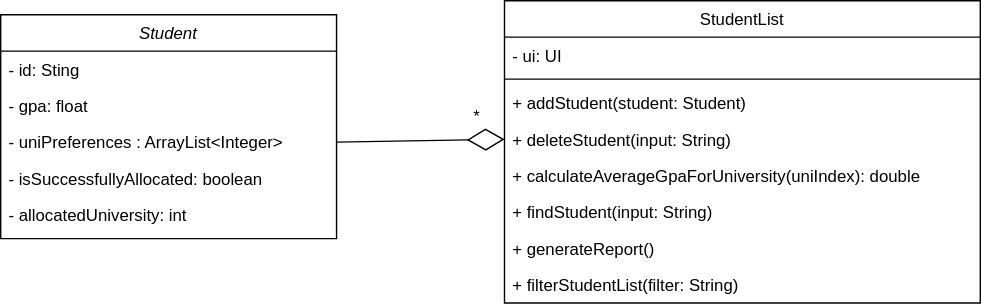
The draw.io diagram docs/UML_Diagrams/studentandstudentlist.drawio.svg in paulktham/tp, before a commit. Source tidied: cells renumbered, new cells last; positions are measured from the earlier drawing's top-left corner, leaving out a move shared by most shapes. Source of this version:
```xml
<mxGraphModel>
  <root>
    <mxCell id="0" />
    <mxCell id="1" parent="0" />
    <mxCell id="2" value="Student" style="swimlane;fontStyle=2;align=center;verticalAlign=top;horizontal=1;startSize=26;rounded=0;shadow=0;strokeWidth=1;" parent="1" vertex="1">
      <mxGeometry y="10" width="240" height="160" as="geometry" />
    </mxCell>
    <mxCell id="3" value="- id: Sting" style="text;align=left;verticalAlign=top;spacingLeft=4;spacingRight=4;overflow=hidden;" parent="2" vertex="1">
      <mxGeometry y="26" width="240" height="26" as="geometry" />
    </mxCell>
    <mxCell id="4" value="- gpa: float" style="text;align=left;verticalAlign=top;spacingLeft=4;spacingRight=4;overflow=hidden;rounded=0;shadow=0;html=0;" parent="2" vertex="1">
      <mxGeometry y="52" width="240" height="26" as="geometry" />
    </mxCell>
    <mxCell id="5" value="- uniPreferences : ArrayList&lt;Integer&gt;" style="text;align=left;verticalAlign=top;spacingLeft=4;spacingRight=4;overflow=hidden;points=[[0,0.5],[1,0.5]];portConstraint=eastwest;rounded=0;shadow=0;html=0;" parent="2" vertex="1">
      <mxGeometry y="78" width="240" height="26" as="geometry" />
    </mxCell>
    <mxCell id="6" value="- isSuccessfullyAllocated: boolean" style="text;align=left;verticalAlign=top;spacingLeft=4;spacingRight=4;overflow=hidden;rounded=0;shadow=0;html=0;" parent="2" vertex="1">
      <mxGeometry y="104" width="240" height="26" as="geometry" />
    </mxCell>
    <mxCell id="7" value="- allocatedUniversity: int" style="text;align=left;verticalAlign=top;spacingLeft=4;spacingRight=4;overflow=hidden;rounded=0;shadow=0;html=0;" parent="2" vertex="1">
      <mxGeometry y="130" width="240" height="26" as="geometry" />
    </mxCell>
    <mxCell id="8" value="StudentList" style="swimlane;fontStyle=0;align=center;verticalAlign=top;horizontal=1;startSize=26;rounded=0;shadow=0;strokeWidth=1;" parent="1" vertex="1">
      <mxGeometry x="360" width="340" height="216" as="geometry" />
    </mxCell>
    <mxCell id="9" value="- ui: UI" style="text;align=left;verticalAlign=top;spacingLeft=4;spacingRight=4;overflow=hidden;rounded=0;shadow=0;html=0;" parent="8" vertex="1">
      <mxGeometry y="26" width="340" height="26" as="geometry" />
    </mxCell>
    <mxCell id="10" style="line;html=1;strokeWidth=1;align=left;verticalAlign=middle;spacingTop=-1;spacingLeft=3;spacingRight=3;labelPosition=right;" parent="8" vertex="1">
      <mxGeometry y="52" width="340" height="8" as="geometry" />
    </mxCell>
    <mxCell id="11" value="+ addStudent(student: Student)" style="text;align=left;verticalAlign=top;spacingLeft=4;spacingRight=4;overflow=hidden;" parent="8" vertex="1">
      <mxGeometry y="60" width="340" height="26" as="geometry" />
    </mxCell>
    <mxCell id="12" value="+ deleteStudent(input: String)" style="text;align=left;verticalAlign=top;spacingLeft=4;spacingRight=4;overflow=hidden;points=[[0,0.5],[1,0.5]];portConstraint=eastwest;" parent="8" vertex="1">
      <mxGeometry y="86" width="340" height="26" as="geometry" />
    </mxCell>
    <mxCell id="13" value="+ calculateAverageGpaForUniversity(uniIndex): double" style="text;align=left;verticalAlign=top;spacingLeft=4;spacingRight=4;overflow=hidden;" parent="8" vertex="1">
      <mxGeometry y="112" width="340" height="26" as="geometry" />
    </mxCell>
    <mxCell id="14" value="+ findStudent(input: String)" style="text;align=left;verticalAlign=top;spacingLeft=4;spacingRight=4;overflow=hidden;" parent="8" vertex="1">
      <mxGeometry y="138" width="340" height="26" as="geometry" />
    </mxCell>
    <mxCell id="15" value="+ generateReport()" style="text;align=left;verticalAlign=top;spacingLeft=4;spacingRight=4;overflow=hidden;" parent="8" vertex="1">
      <mxGeometry y="164" width="340" height="26" as="geometry" />
    </mxCell>
    <mxCell id="16" value="+ filterStudentList(filter: String)" style="text;align=left;verticalAlign=top;spacingLeft=4;spacingRight=4;overflow=hidden;" parent="8" vertex="1">
      <mxGeometry y="190" width="340" height="26" as="geometry" />
    </mxCell>
    <mxCell id="17" style="endArrow=diamondThin;endFill=0;endSize=24;html=1;rounded=0;exitX=1;exitY=0.5;exitDx=0;exitDy=0;entryX=0;entryY=0.5;entryDx=0;entryDy=0;" parent="1" edge="1" source="5" target="12">
      <mxGeometry relative="1" as="geometry" />
    </mxCell>
    <mxCell id="18" value="*" style="text;html=1;align=center;verticalAlign=middle;strokeColor=none;fillColor=none;" parent="1" vertex="1">
      <mxGeometry x="325" y="68" width="30" height="30" as="geometry" />
    </mxCell>
  </root>
</mxGraphModel>
```
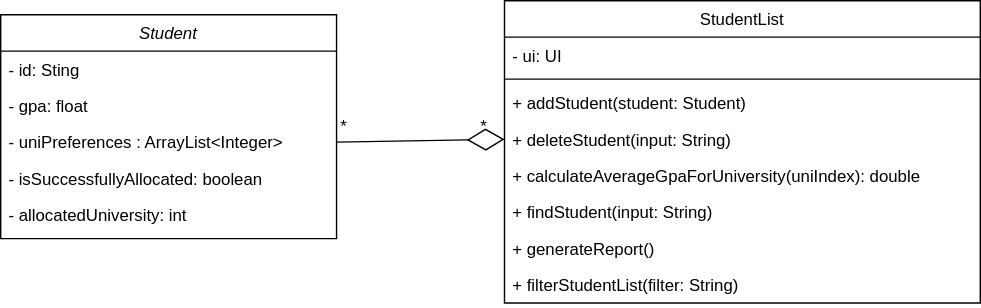
Later version of the same file.

The edit, as a diff of the source:
```diff
@@ -51,7 +51,10 @@
       <mxGeometry relative="1" as="geometry" />
     </mxCell>
     <mxCell id="18" value="*" style="text;html=1;align=center;verticalAlign=middle;strokeColor=none;fillColor=none;" parent="1" vertex="1">
-      <mxGeometry x="325" y="68" width="30" height="30" as="geometry" />
+      <mxGeometry x="230" y="75" width="30" height="30" as="geometry" />
     </mxCell>
+    <mxCell id="19" value="*" style="text;html=1;align=center;verticalAlign=middle;strokeColor=none;fillColor=none;" parent="1" vertex="1">
+      <mxGeometry x="330" y="75" width="30" height="30" as="geometry" />
+    </mxCell>
   </root>
 </mxGraphModel>
```
